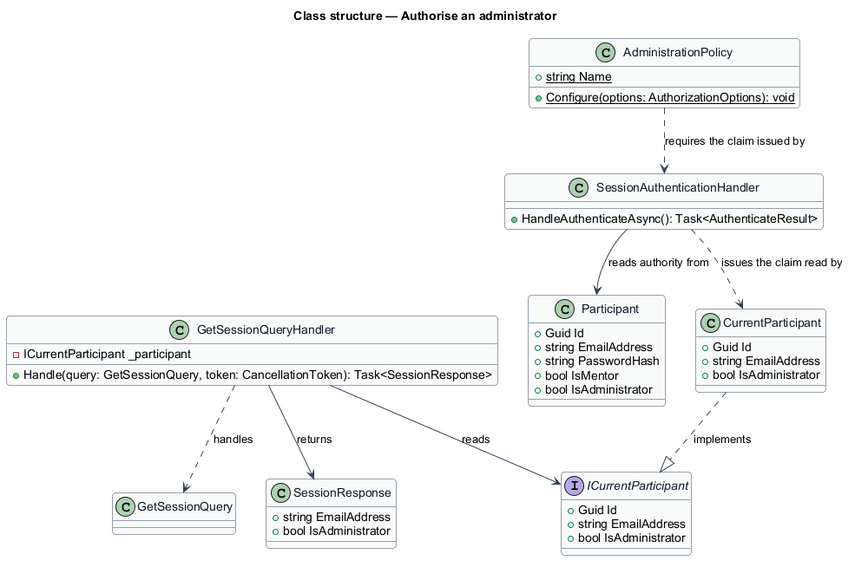
The PlantUML diagram docs/detailed-designs/administration/authorise-administrator/diagrams/class-structure.png in QuinntyneBrown/quinntyne-brown-stewardship, before a commit. Its diagram source:
```plantuml
@startuml
skinparam backgroundColor #FFFFFF
skinparam shadowing false
skinparam roundcorner 8
skinparam defaultFontName Arial
skinparam ArrowColor #344054
skinparam class {
  BorderColor #344054
  FontColor #101828
  BackgroundColor #F9FAFB
}
title Class structure — Authorise an administrator

class Participant {
  +Guid Id
  +string EmailAddress
  +string PasswordHash
  +bool IsMentor
  +bool IsAdministrator
}

interface ICurrentParticipant {
  +Guid Id
  +string EmailAddress
  +bool IsAdministrator
}

class CurrentParticipant {
  +Guid Id
  +string EmailAddress
  +bool IsAdministrator
}

class SessionAuthenticationHandler {
  +HandleAuthenticateAsync(): Task<AuthenticateResult>
}

class AdministrationPolicy {
  +{static} string Name
  +{static} Configure(options: AuthorizationOptions): void
}

class GetSessionQuery {
}

class GetSessionQueryHandler {
  -ICurrentParticipant _participant
  +Handle(query: GetSessionQuery, token: CancellationToken): Task<SessionResponse>
}

class SessionResponse {
  +string EmailAddress
  +bool IsAdministrator
}

CurrentParticipant ..|> ICurrentParticipant : implements
SessionAuthenticationHandler --> Participant : reads authority from
SessionAuthenticationHandler ..> CurrentParticipant : issues the claim read by
AdministrationPolicy ..> SessionAuthenticationHandler : requires the claim issued by
GetSessionQueryHandler ..> GetSessionQuery : handles
GetSessionQueryHandler --> ICurrentParticipant : reads
GetSessionQueryHandler --> SessionResponse : returns
@enduml
```
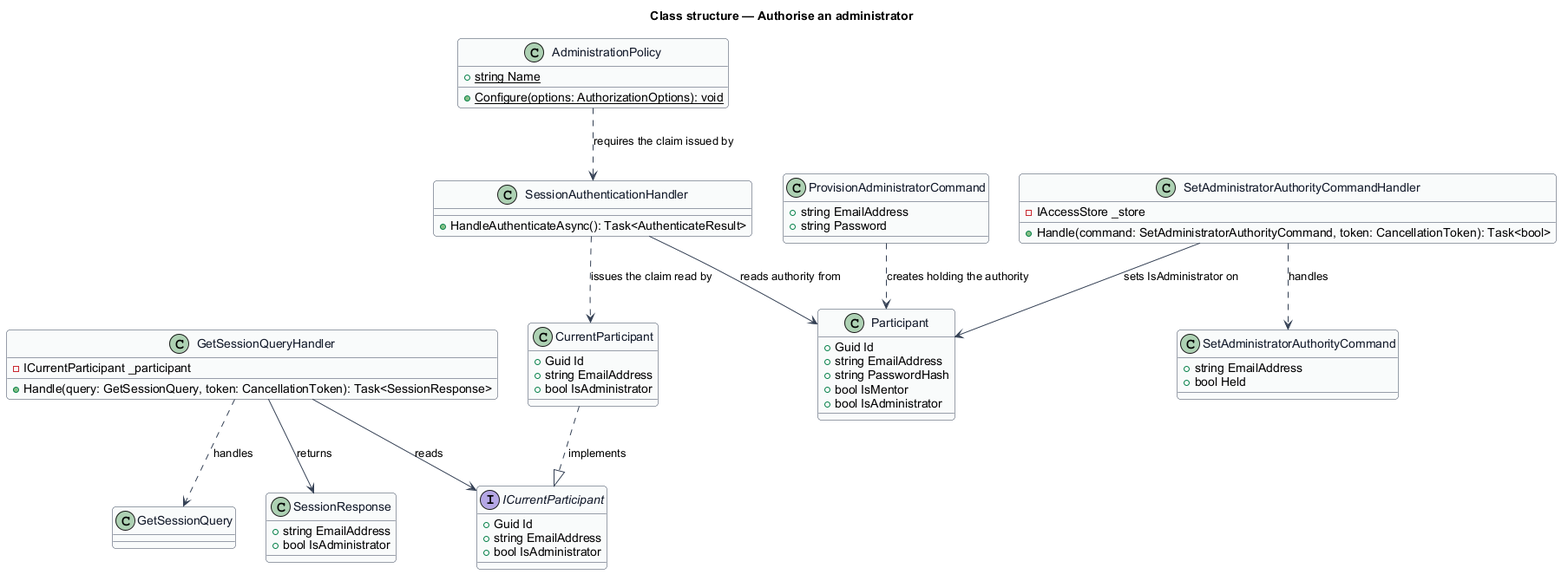
Above is the later version.

Commit message:
docs: give the administrator authority a way to exist

What changed in the source:
```diff
@@ -40,6 +40,21 @@
   +{static} Configure(options: AuthorizationOptions): void
 }
 
+class ProvisionAdministratorCommand {
+  +string EmailAddress
+  +string Password
+}
+
+class SetAdministratorAuthorityCommand {
+  +string EmailAddress
+  +bool Held
+}
+
+class SetAdministratorAuthorityCommandHandler {
+  -IAccessStore _store
+  +Handle(command: SetAdministratorAuthorityCommand, token: CancellationToken): Task<bool>
+}
+
 class GetSessionQuery {
 }
 
@@ -60,4 +75,7 @@
 GetSessionQueryHandler ..> GetSessionQuery : handles
 GetSessionQueryHandler --> ICurrentParticipant : reads
 GetSessionQueryHandler --> SessionResponse : returns
+ProvisionAdministratorCommand ..> Participant : creates holding the authority
+SetAdministratorAuthorityCommandHandler ..> SetAdministratorAuthorityCommand : handles
+SetAdministratorAuthorityCommandHandler --> Participant : sets IsAdministrator on
 @enduml
```
